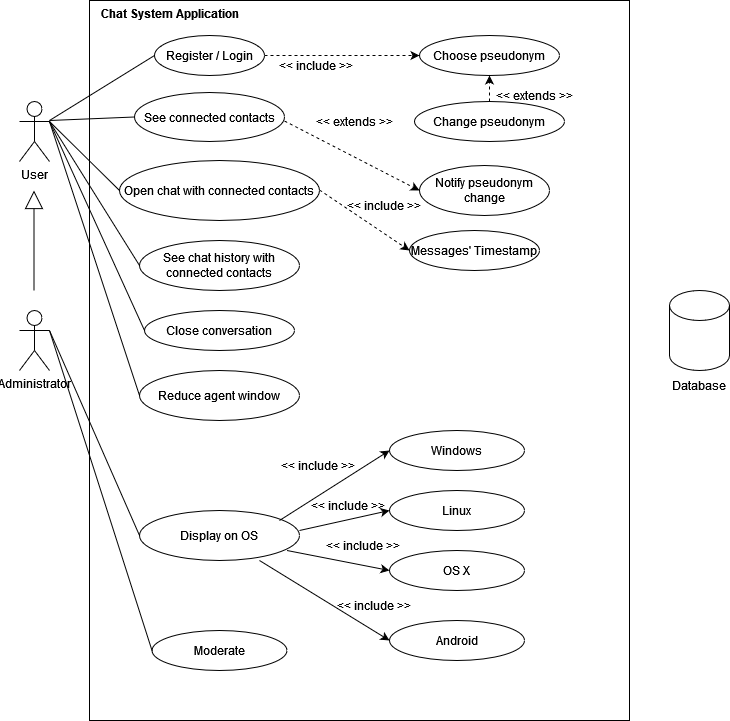
Above: UML Diagrams/End of project Diagrams/Use_case_diagram.png in josua-ramouche/chat_system_project (draw.io), before the change. Source tidied: cells renumbered, new cells last; positions are measured from the earlier drawing's top-left corner, leaving out a move shared by most shapes.
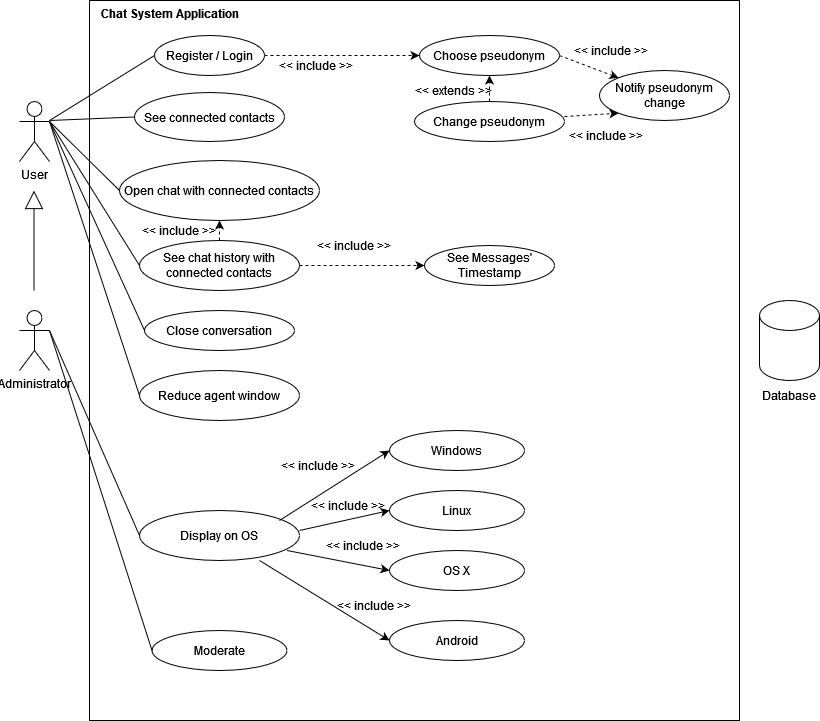
The same diagram one commit later.

The edit, as a diff of the source:
```diff
@@ -3,7 +3,7 @@
     <mxCell id="0" />
     <mxCell id="1" parent="0" />
     <mxCell id="2" style="rounded=0;whiteSpace=wrap;html=1;" parent="1" vertex="1">
-      <mxGeometry x="70" width="540" height="720" as="geometry" />
+      <mxGeometry x="70" width="650" height="720" as="geometry" />
     </mxCell>
     <mxCell id="3" value="User" style="shape=umlActor;verticalLabelPosition=bottom;verticalAlign=top;html=1;outlineConnect=0;" parent="1" vertex="1">
       <mxGeometry y="101" width="30" height="60" as="geometry" />
@@ -15,7 +15,7 @@
       <mxGeometry x="135" y="35" width="110" height="40" as="geometry" />
     </mxCell>
     <mxCell id="6" value="Notify pseudonym change" style="ellipse;whiteSpace=wrap;html=1;" parent="1" vertex="1">
-      <mxGeometry x="400" y="165" width="130" height="50" as="geometry" />
+      <mxGeometry x="580" y="70" width="130" height="50" as="geometry" />
     </mxCell>
     <mxCell id="7" value="Choose pseudonym" style="ellipse;whiteSpace=wrap;html=1;" parent="1" vertex="1">
       <mxGeometry x="400" y="35" width="140" height="40" as="geometry" />
@@ -35,8 +35,8 @@
     <mxCell id="12" value="Close conversation" style="ellipse;whiteSpace=wrap;html=1;" parent="1" vertex="1">
       <mxGeometry x="125" y="310" width="150" height="40" as="geometry" />
     </mxCell>
-    <mxCell id="13" value="Messages' Timestamp" style="ellipse;whiteSpace=wrap;html=1;" parent="1" vertex="1">
-      <mxGeometry x="390" y="230" width="130" height="40" as="geometry" />
+    <mxCell id="13" value="See Messages' Timestamp" style="ellipse;whiteSpace=wrap;html=1;" parent="1" vertex="1">
+      <mxGeometry x="405" y="245" width="130" height="40" as="geometry" />
     </mxCell>
     <mxCell id="14" value="Reduce agent window" style="ellipse;whiteSpace=wrap;html=1;" parent="1" vertex="1">
       <mxGeometry x="120" y="370" width="160" height="50" as="geometry" />
@@ -103,23 +103,13 @@
       <mxGeometry relative="1" as="geometry" />
     </mxCell>
     <mxCell id="32" value="&amp;lt;&amp;lt; extends &amp;gt;&amp;gt;" style="text;html=1;strokeColor=none;fillColor=none;align=center;verticalAlign=middle;whiteSpace=wrap;rounded=0;" parent="1" vertex="1">
-      <mxGeometry x="470" y="80" width="90" height="30" as="geometry" />
+      <mxGeometry x="389" y="75" width="90" height="30" as="geometry" />
     </mxCell>
-    <mxCell id="33" style="endArrow=classic;dashed=1;html=1;rounded=0;entryX=0;entryY=0.5;entryDx=0;entryDy=0;exitX=1;exitY=0.5;exitDx=0;exitDy=0;startArrow=none;startFill=0;endFill=1;" parent="1" edge="1" target="6">
-      <mxGeometry relative="1" as="geometry">
-        <mxPoint x="265" y="120.5" as="sourcePoint" />
-      </mxGeometry>
-    </mxCell>
-    <mxCell id="34" value="&amp;lt;&amp;lt; extends &amp;gt;&amp;gt;" style="text;html=1;strokeColor=none;fillColor=none;align=center;verticalAlign=middle;whiteSpace=wrap;rounded=0;" parent="1" vertex="1">
-      <mxGeometry x="290" y="106" width="90" height="30" as="geometry" />
-    </mxCell>
-    <mxCell id="35" style="endArrow=classic;dashed=1;html=1;rounded=0;exitX=1;exitY=0.5;exitDx=0;exitDy=0;startArrow=none;startFill=0;endFill=1;entryX=0;entryY=0.5;entryDx=0;entryDy=0;" parent="1" edge="1" target="13">
-      <mxGeometry relative="1" as="geometry">
-        <mxPoint x="300" y="189.5" as="sourcePoint" />
-      </mxGeometry>
+    <mxCell id="35" style="endArrow=classic;dashed=1;html=1;rounded=0;exitX=1;exitY=0.5;exitDx=0;exitDy=0;startArrow=none;startFill=0;endFill=1;entryX=0;entryY=0.5;entryDx=0;entryDy=0;" parent="1" edge="1" source="11" target="13">
+      <mxGeometry relative="1" as="geometry" />
     </mxCell>
     <mxCell id="36" value="&amp;lt;&amp;lt; include &amp;gt;&amp;gt;" style="text;html=1;strokeColor=none;fillColor=none;align=center;verticalAlign=middle;whiteSpace=wrap;rounded=0;" parent="1" vertex="1">
-      <mxGeometry x="320" y="190" width="90" height="30" as="geometry" />
+      <mxGeometry x="290" y="230" width="90" height="30" as="geometry" />
     </mxCell>
     <mxCell id="37" style="endArrow=none;html=1;rounded=0;entryX=0;entryY=0.5;entryDx=0;entryDy=0;" parent="1" edge="1" target="5">
       <mxGeometry relative="1" as="geometry">
@@ -150,7 +140,7 @@
       <mxGeometry relative="1" as="geometry" />
     </mxCell>
     <mxCell id="45" style="group;" parent="1" vertex="1">
-      <mxGeometry x="650" y="290" width="60" height="110" as="geometry" />
+      <mxGeometry x="740" y="300" width="60" height="110" as="geometry" />
     </mxCell>
     <mxCell id="46" style="shape=cylinder3;whiteSpace=wrap;html=1;boundedLbl=1;backgroundOutline=1;size=15;" parent="45" vertex="1">
       <mxGeometry width="60" height="80" as="geometry" />
@@ -167,5 +157,25 @@
     <mxCell id="49" value="Chat System Application" style="text;align=center;fontStyle=1;verticalAlign=middle;spacingLeft=3;spacingRight=3;strokeColor=none;html=1;" parent="1" vertex="1">
       <mxGeometry x="110" width="80" height="26" as="geometry" />
     </mxCell>
+    <mxCell id="50" style="endArrow=classic;dashed=1;html=1;rounded=0;exitX=1;exitY=0.5;exitDx=0;exitDy=0;startArrow=none;startFill=0;endFill=1;entryX=0;entryY=0;entryDx=0;entryDy=0;" parent="1" edge="1" source="7" target="6">
+      <mxGeometry relative="1" as="geometry" />
+    </mxCell>
+    <mxCell id="51" style="endArrow=classic;dashed=1;html=1;rounded=0;exitX=1;exitY=0.5;exitDx=0;exitDy=0;startArrow=none;startFill=0;endFill=1;entryX=0;entryY=1;entryDx=0;entryDy=0;" parent="1" edge="1" target="6">
+      <mxGeometry relative="1" as="geometry">
+        <mxPoint x="545" y="116" as="sourcePoint" />
+      </mxGeometry>
+    </mxCell>
+    <mxCell id="52" value="&amp;lt;&amp;lt; include &amp;gt;&amp;gt;" style="text;html=1;strokeColor=none;fillColor=none;align=center;verticalAlign=middle;whiteSpace=wrap;rounded=0;" parent="1" vertex="1">
+      <mxGeometry x="545" y="35" width="94" height="30" as="geometry" />
+    </mxCell>
+    <mxCell id="53" value="&amp;lt;&amp;lt; include &amp;gt;&amp;gt;" style="text;html=1;strokeColor=none;fillColor=none;align=center;verticalAlign=middle;whiteSpace=wrap;rounded=0;" parent="1" vertex="1">
+      <mxGeometry x="540" y="120" width="94" height="30" as="geometry" />
+    </mxCell>
+    <mxCell id="54" style="endArrow=classic;dashed=1;html=1;rounded=0;exitX=0.5;exitY=0;exitDx=0;exitDy=0;startArrow=none;startFill=0;endFill=1;entryX=0.5;entryY=1;entryDx=0;entryDy=0;" parent="1" edge="1" source="11" target="8">
+      <mxGeometry relative="1" as="geometry" />
+    </mxCell>
+    <mxCell id="55" value="&amp;lt;&amp;lt; include &amp;gt;&amp;gt;" style="text;html=1;strokeColor=none;fillColor=none;align=center;verticalAlign=middle;whiteSpace=wrap;rounded=0;" parent="1" vertex="1">
+      <mxGeometry x="115" y="215" width="90" height="30" as="geometry" />
+    </mxCell>
   </root>
 </mxGraphModel>
```
